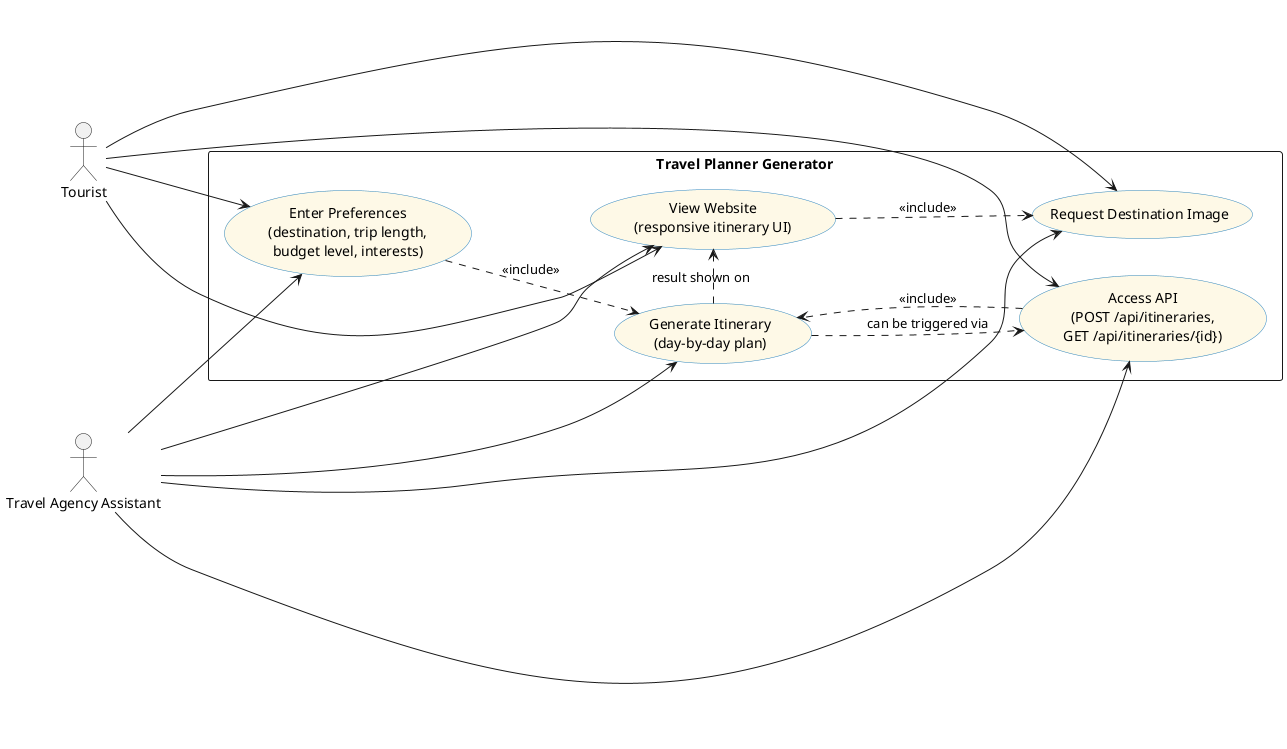
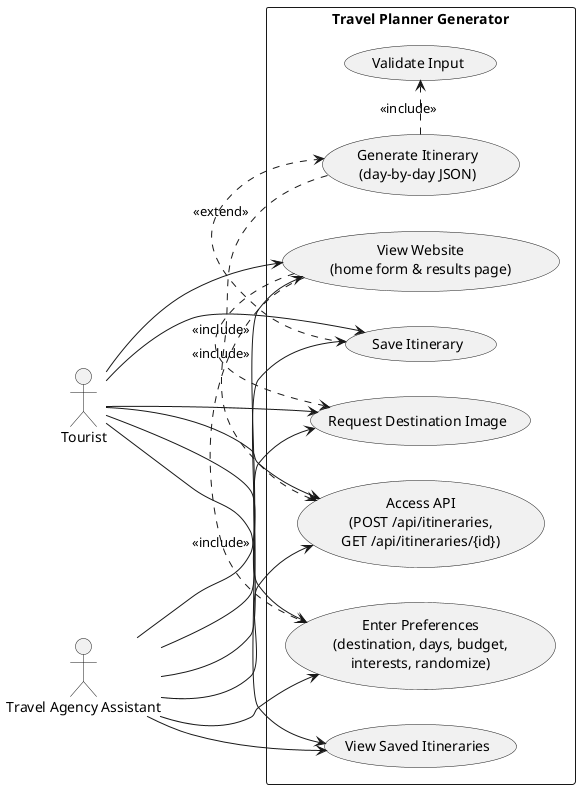
@startuml
left to right direction
- skinparam usecase {
-   BackgroundColor #FEF9E7
-   BorderColor #2E86C1
+ skinparam packageStyle rectangle
+ 
+ actor Tourist
+ actor "Travel Agency Assistant" as Assistant
+ 
+ rectangle "Travel Planner Generator" {
+   usecase "View Website\n(home form & results page)" as UC_ViewWebsite
+   usecase "Enter Preferences\n(destination, days, budget,\ninterests, randomize)" as UC_EnterPrefs
+   usecase "Validate Input" as UC_Validate
+   usecase "Generate Itinerary\n(day-by-day JSON)" as UC_Generate
+   usecase "Access API\n(POST /api/itineraries,\nGET /api/itineraries/{id})" as UC_API
+   usecase "Request Destination Image" as UC_RequestImage
+   usecase "Save Itinerary" as UC_Save
+   usecase "View Saved Itineraries" as UC_ViewSaved
}

- actor Tourist
- actor "Travel Agency Assistant" as Agent
+ Tourist --> UC_ViewWebsite
+ Tourist --> UC_EnterPrefs
+ Tourist --> UC_RequestImage
+ Tourist --> UC_API
+ Tourist --> UC_Save
+ Tourist --> UC_ViewSaved

- rectangle "Travel Planner Generator" {
-   usecase UC_Preferences as "Enter Preferences\n(destination, trip length,\nbudget level, interests)"
-   usecase UC_Generate as "Generate Itinerary\n(day-by-day plan)"
-   usecase UC_View as "View Website\n(responsive itinerary UI)"
-   usecase UC_Image as "Request Destination Image"
-   usecase UC_API as "Access API\n(POST /api/itineraries,\nGET /api/itineraries/{id})"
- }
+ Assistant --> UC_ViewWebsite
+ Assistant --> UC_EnterPrefs
+ Assistant --> UC_API
+ Assistant --> UC_RequestImage
+ Assistant --> UC_Save
+ Assistant --> UC_ViewSaved

- ' Primary associations
- Tourist --> UC_Preferences
- Tourist --> UC_View
- Tourist --> UC_Image
- Tourist --> UC_API
- 
- Agent --> UC_Preferences
- Agent --> UC_Generate
- Agent --> UC_View
- Agent --> UC_API
- Agent --> UC_Image
- 
- ' Use-case relationships
- UC_Preferences ..> UC_Generate : <<include>>
- UC_API ..> UC_Generate : <<include>>
- UC_View ..> UC_Image : <<include>>
- 
- ' Optional relationships to show alternate flows
- UC_Generate .> UC_View : result shown on
- UC_Generate .> UC_API : can be triggered via
+ UC_ViewWebsite .> UC_EnterPrefs : <<include>>
+ UC_Generate .> UC_Validate : <<include>>
+ UC_Generate .> UC_API : <<include>>
+ UC_ViewWebsite .> UC_RequestImage : <<include>>
+ UC_Save .> UC_Generate : <<extend>>

@enduml